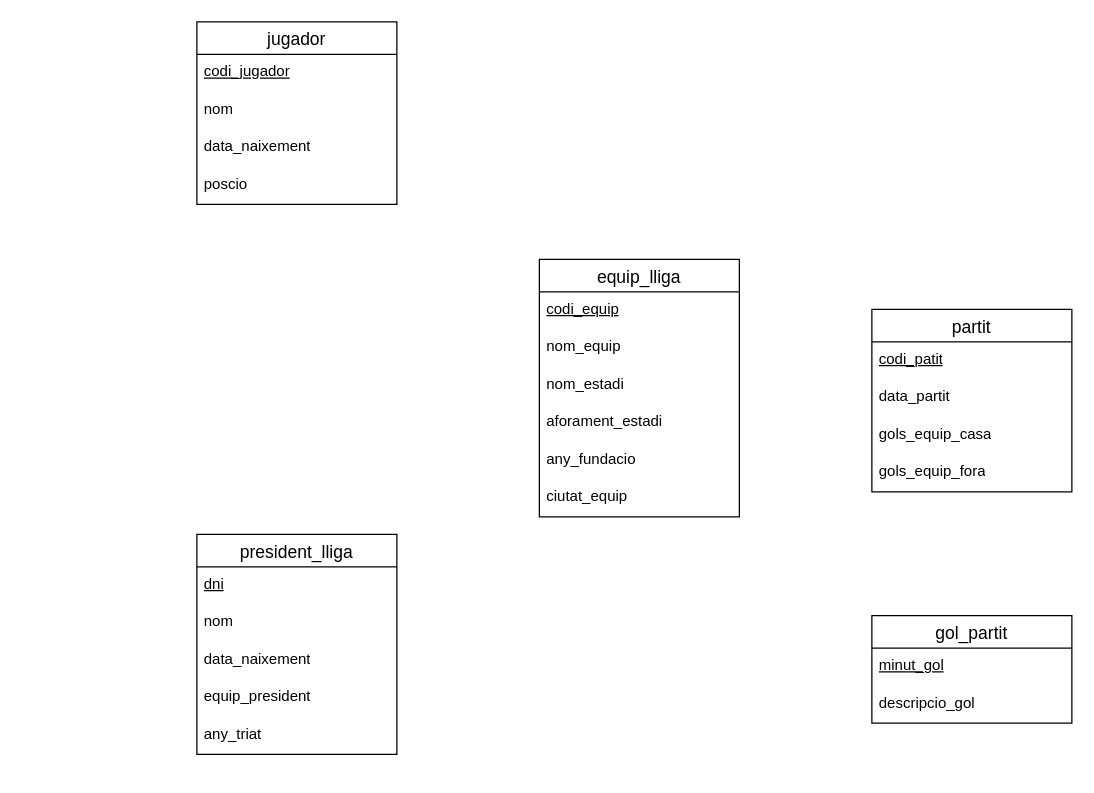
The draw.io diagram practicas.drawio in victor06-git/Progam_with_Victor, before the edit. Source tidied: cells renumbered, new cells numbered last; positions are measured from the earlier drawing's top-left corner, leaving out a move shared by most shapes. Both pictures are drawn from the tidied source at 125%, with x=0, y=0 at pixel (196, 21).
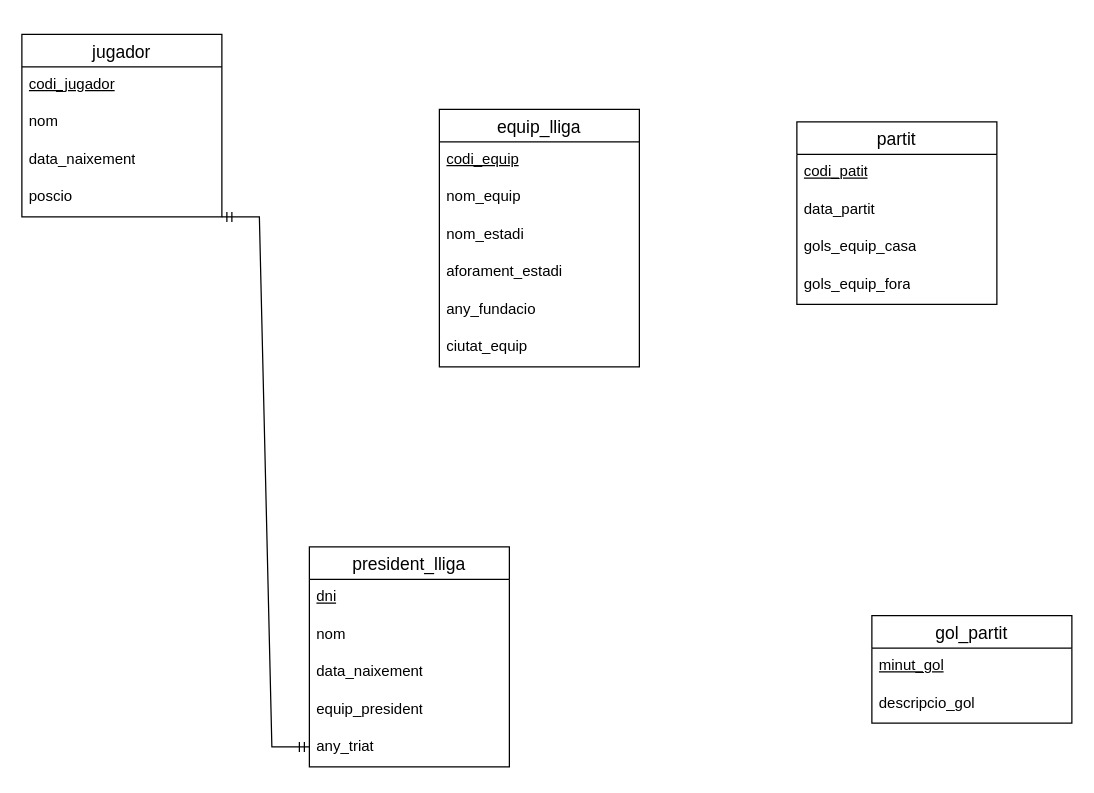
After the change.

The change refers to these unchanged cells:
```xml
<mxCell id="6" value="poscio" style="text;strokeColor=none;fillColor=none;spacingLeft=4;spacingRight=4;overflow=hidden;points=[[0,0.5],[1,0.5]];portConstraint=eastwest;fontSize=12;whiteSpace=wrap;html=1;" parent="2" vertex="1">
  <mxGeometry y="116" width="160" height="30" as="geometry" />
</mxCell>
```

What changed in the source:
```diff
@@
     <mxCell id="2" value="jugador" style="swimlane;fontStyle=0;horizontal=1;startSize=26;align=center;fontSize=14;" parent="1" vertex="1">
-      <mxGeometry width="160" height="146" as="geometry" />
+      <mxGeometry x="-140" y="10" width="160" height="146" as="geometry" />
     </mxCell>
@@
     <mxCell id="7" value="equip_lliga" style="swimlane;fontStyle=0;horizontal=1;startSize=26;align=center;fontSize=14;" parent="1" vertex="1">
-      <mxGeometry x="274" y="190" width="160" height="206" as="geometry" />
+      <mxGeometry x="194" y="70" width="160" height="206" as="geometry" />
     </mxCell>
@@
     <mxCell id="14" value="partit" style="swimlane;fontStyle=0;horizontal=1;startSize=26;align=center;fontSize=14;" parent="1" vertex="1">
-      <mxGeometry x="540" y="230" width="160" height="146" as="geometry" />
+      <mxGeometry x="480" y="80" width="160" height="146" as="geometry" />
     </mxCell>
@@
     <mxCell id="22" value="president_lliga" style="swimlane;fontStyle=0;horizontal=1;startSize=26;align=center;fontSize=14;" parent="1" vertex="1">
-      <mxGeometry y="410" width="160" height="176" as="geometry" />
+      <mxGeometry x="90" y="420" width="160" height="176" as="geometry" />
     </mxCell>
@@
+    <mxCell id="28" style="edgeStyle=entityRelationEdgeStyle;fontSize=12;html=1;endArrow=ERmandOne;startArrow=ERmandOne;rounded=0;exitX=1;exitY=1;exitDx=0;exitDy=0;exitPerimeter=0;" parent="1" edge="1" source="6">
+      <mxGeometry relative="1" as="geometry">
+        <mxPoint x="90" y="580" as="targetPoint" />
+        <Array as="points">
+          <mxPoint x="120" y="320" />
+          <mxPoint x="50" y="350" />
+        </Array>
+      </mxGeometry>
+    </mxCell>
```
